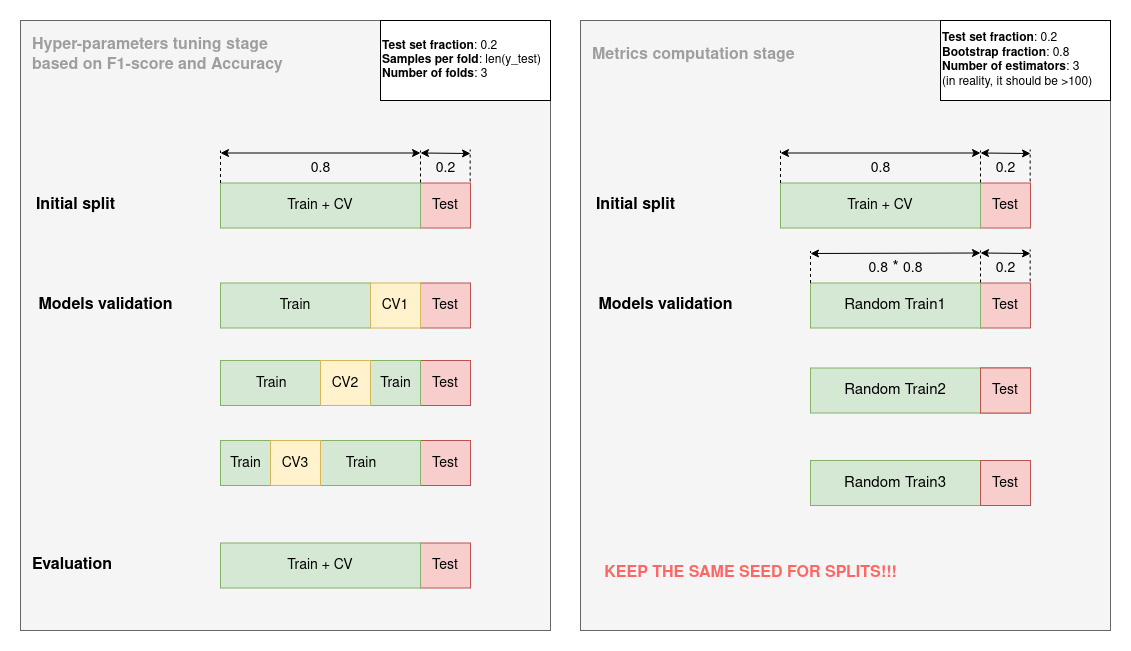
DataResponsibly/Virny keeps this draw.io diagram as docs/diagrams/Dataset_Splits_Pipeline.png. Above is the earlier version. Source tidied: cells renumbered, new cells last; positions are measured from the earlier drawing's top-left corner, leaving out a move shared by most shapes.
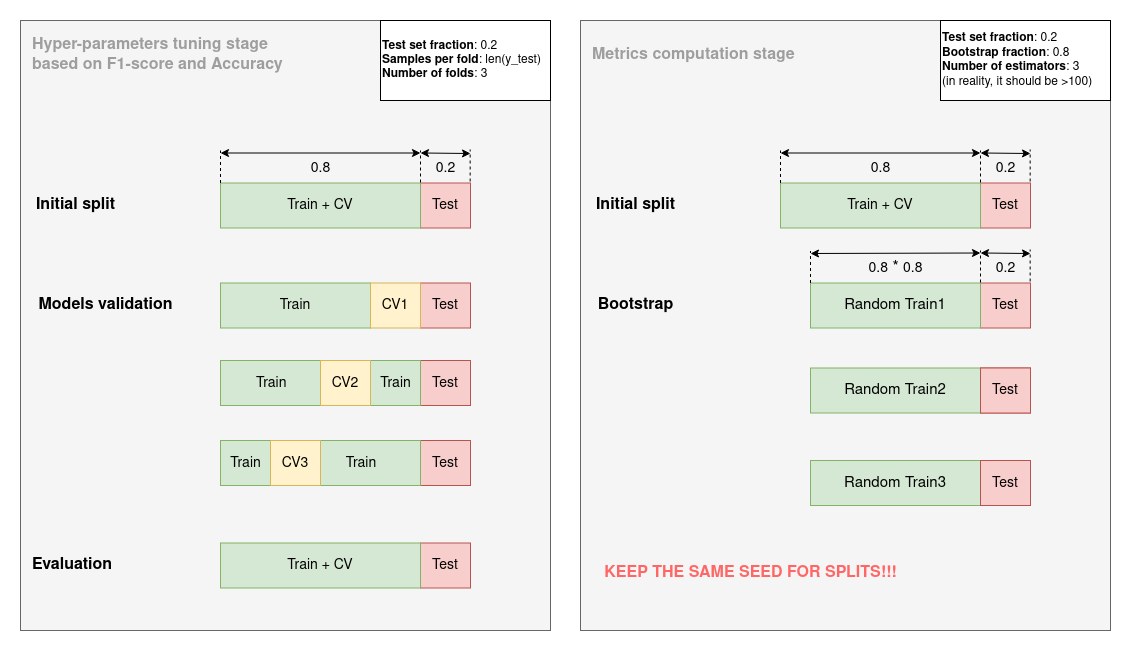
The same diagram one commit later.

Commit message:
Updated a dataset splits diagram

Diff of the diagram source:
```diff
@@ -118,8 +118,8 @@
     <mxCell id="35" value="&lt;font style=&quot;font-size: 15px;&quot;&gt;&lt;font style=&quot;font-size: 14px;&quot;&gt;Train + CV&lt;br&gt;&lt;/font&gt;&lt;/font&gt;" style="rounded=0;whiteSpace=wrap;html=1;fontSize=16;fillColor=#d5e8d4;strokeColor=#82b366;" parent="1" vertex="1">
       <mxGeometry x="760" y="162.5" width="200" height="45" as="geometry" />
     </mxCell>
-    <mxCell id="36" value="&lt;font style=&quot;font-size: 16px;&quot;&gt;&lt;b&gt;Models validation&lt;br&gt;&lt;/b&gt;&lt;/font&gt;" style="text;html=1;align=center;verticalAlign=middle;strokeColor=none;fillColor=none;" parent="1" vertex="1">
-      <mxGeometry x="565" y="270" width="160" height="30" as="geometry" />
+    <mxCell id="36" value="&lt;b&gt;&lt;font style=&quot;font-size: 13px;&quot;&gt;&lt;font style=&quot;font-size: 14px;&quot;&gt;&lt;font style=&quot;font-size: 15px;&quot;&gt;&lt;font style=&quot;font-size: 16px;&quot;&gt;Bootstrap&lt;/font&gt;&lt;/font&gt;&lt;/font&gt;&lt;/font&gt;&lt;/b&gt;" style="text;html=1;align=center;verticalAlign=middle;strokeColor=none;fillColor=none;" parent="1" vertex="1">
+      <mxGeometry x="565" y="270" width="100" height="30" as="geometry" />
     </mxCell>
     <mxCell id="37" value="&lt;font style=&quot;font-size: 14px;&quot;&gt;&lt;font style=&quot;font-size: 14px;&quot;&gt;0.2&lt;/font&gt;&lt;/font&gt;" style="text;html=1;align=center;verticalAlign=middle;strokeColor=none;fillColor=none;fontSize=16;" parent="1" vertex="1">
       <mxGeometry x="965" y="132.5" width="40" height="30" as="geometry" />
```
